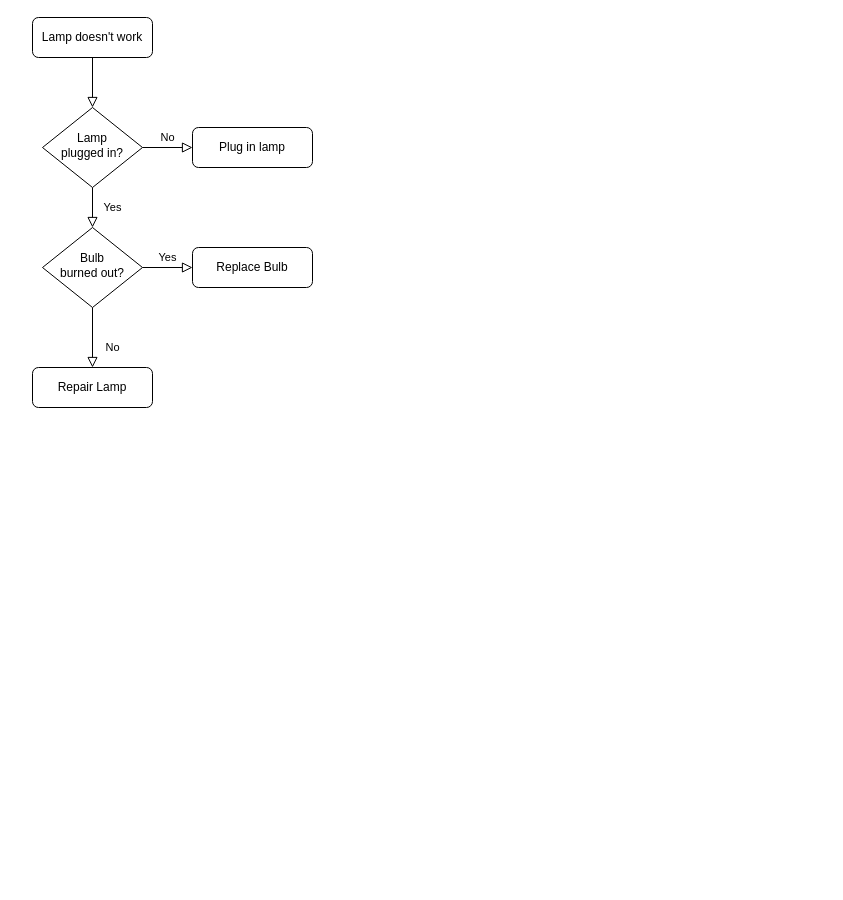
Before: profile/Untitled Diagram.drawio in AAStarCommunity/.github, a draw.io diagram. Source tidied: cells renumbered, new cells numbered last; positions are measured from the earlier drawing's top-left corner, leaving out a move shared by most shapes. Both pictures are drawn from the tidied source at 100%, with x=0, y=0 at pixel (32, 17).
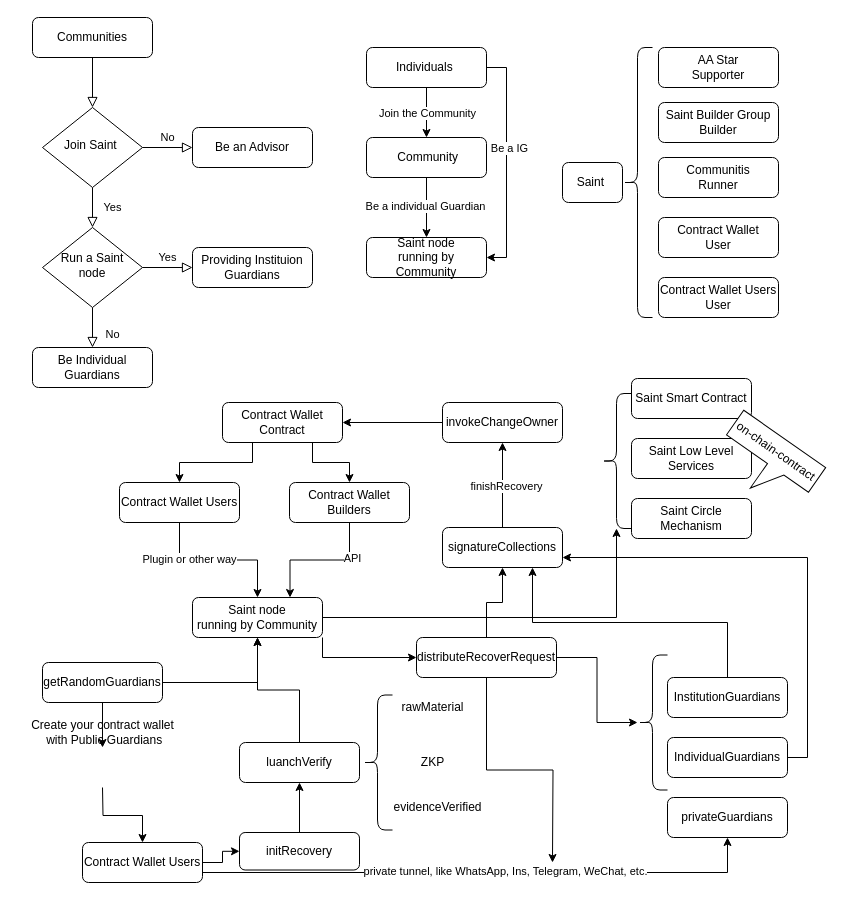
The same diagram, later.

Change to the diagram source:
```diff
@@
-    <mxCell id="3" value="Lamp doesn't work" style="rounded=1;whiteSpace=wrap;html=1;fontSize=12;glass=0;strokeWidth=1;shadow=0;" parent="1" vertex="1">
+    <mxCell id="3" value="Communities" style="rounded=1;whiteSpace=wrap;html=1;fontSize=12;glass=0;strokeWidth=1;shadow=0;" parent="1" vertex="1">
       <mxGeometry width="120" height="40" as="geometry" />
     </mxCell>
@@
-    <mxCell id="6" value="Lamp&lt;br&gt;plugged in?" style="rhombus;whiteSpace=wrap;html=1;shadow=0;fontFamily=Helvetica;fontSize=12;align=center;strokeWidth=1;spacing=6;spacingTop=-4;" parent="1" vertex="1">
+    <mxCell id="6" value="Join Saint&amp;nbsp;" style="rhombus;whiteSpace=wrap;html=1;shadow=0;fontFamily=Helvetica;fontSize=12;align=center;strokeWidth=1;spacing=6;spacingTop=-4;" parent="1" vertex="1">
       <mxGeometry x="10" y="90" width="100" height="80" as="geometry" />
     </mxCell>
-    <mxCell id="7" value="Plug in lamp" style="rounded=1;whiteSpace=wrap;html=1;fontSize=12;glass=0;strokeWidth=1;shadow=0;" parent="1" vertex="1">
+    <mxCell id="7" value="Be an Advisor" style="rounded=1;whiteSpace=wrap;html=1;fontSize=12;glass=0;strokeWidth=1;shadow=0;" parent="1" vertex="1">
       <mxGeometry x="160" y="110" width="120" height="40" as="geometry" />
     </mxCell>
@@
-    <mxCell id="10" value="Bulb&lt;br&gt;burned out?" style="rhombus;whiteSpace=wrap;html=1;shadow=0;fontFamily=Helvetica;fontSize=12;align=center;strokeWidth=1;spacing=6;spacingTop=-4;" parent="1" vertex="1">
+    <mxCell id="10" value="Run a Saint node" style="rhombus;whiteSpace=wrap;html=1;shadow=0;fontFamily=Helvetica;fontSize=12;align=center;strokeWidth=1;spacing=6;spacingTop=-4;" parent="1" vertex="1">
       <mxGeometry x="10" y="210" width="100" height="80" as="geometry" />
     </mxCell>
-    <mxCell id="11" value="Repair Lamp" style="rounded=1;whiteSpace=wrap;html=1;fontSize=12;glass=0;strokeWidth=1;shadow=0;" parent="1" vertex="1">
-      <mxGeometry y="350" width="120" height="40" as="geometry" />
+    <mxCell id="11" value="Be Individual Guardians" style="rounded=1;whiteSpace=wrap;html=1;fontSize=12;glass=0;strokeWidth=1;shadow=0;" parent="1" vertex="1">
+      <mxGeometry y="330" width="120" height="40" as="geometry" />
     </mxCell>
-    <mxCell id="12" value="Replace Bulb" style="rounded=1;whiteSpace=wrap;html=1;fontSize=12;glass=0;strokeWidth=1;shadow=0;" parent="1" vertex="1">
+    <mxCell id="12" value="Providing Instituion Guardians" style="rounded=1;whiteSpace=wrap;html=1;fontSize=12;glass=0;strokeWidth=1;shadow=0;" parent="1" vertex="1">
       <mxGeometry x="160" y="230" width="120" height="40" as="geometry" />
     </mxCell>
+    <mxCell id="13" style="edgeStyle=orthogonalEdgeStyle;rounded=0;jettySize=auto;html=1;exitX=0.5;exitY=1;exitDx=0;exitDy=0;entryX=0.5;entryY=0;entryDx=0;entryDy=0;" parent="1" edge="1" source="17" target="20">
+      <mxGeometry relative="1" as="geometry" />
+    </mxCell>
+    <mxCell id="14" value="Join the Community" style="edgeLabel;html=1;align=center;verticalAlign=middle;" parent="13" vertex="1">
+      <mxGeometry x="-0.01" relative="1" as="geometry" />
+    </mxCell>
+    <mxCell id="15" style="edgeStyle=orthogonalEdgeStyle;rounded=0;jettySize=auto;html=1;exitX=1;exitY=0.5;exitDx=0;exitDy=0;entryX=1;entryY=0.5;entryDx=0;entryDy=0;" parent="1" edge="1" source="17" target="21">
+      <mxGeometry relative="1" as="geometry" />
+    </mxCell>
+    <mxCell id="16" value="Be a IG" style="edgeLabel;html=1;align=center;verticalAlign=middle;" parent="15" vertex="1">
+      <mxGeometry x="-0.13" y="2" relative="1" as="geometry" />
+    </mxCell>
+    <mxCell id="17" value="Individuals&amp;nbsp;" style="rounded=1;whiteSpace=wrap;html=1;fontSize=12;glass=0;strokeWidth=1;shadow=0;" parent="1" vertex="1">
+      <mxGeometry x="334" y="30" width="120" height="40" as="geometry" />
+    </mxCell>
+    <mxCell id="18" style="edgeStyle=orthogonalEdgeStyle;rounded=0;jettySize=auto;html=1;exitX=0.5;exitY=1;exitDx=0;exitDy=0;entryX=0.5;entryY=0;entryDx=0;entryDy=0;" parent="1" edge="1" source="20" target="21">
+      <mxGeometry relative="1" as="geometry" />
+    </mxCell>
+    <mxCell id="19" value="Be a individual Guardian" style="edgeLabel;html=1;align=center;verticalAlign=middle;" parent="18" vertex="1">
+      <mxGeometry x="-0.06" y="-2" relative="1" as="geometry" />
+    </mxCell>
+    <mxCell id="20" value="&amp;nbsp;Community" style="rounded=1;whiteSpace=wrap;html=1;fontSize=12;glass=0;strokeWidth=1;shadow=0;" parent="1" vertex="1">
+      <mxGeometry x="334" y="120" width="120" height="40" as="geometry" />
+    </mxCell>
+    <mxCell id="21" value="Saint node&lt;br&gt;running by Community" style="rounded=1;whiteSpace=wrap;html=1;fontSize=12;glass=0;strokeWidth=1;shadow=0;" parent="1" vertex="1">
+      <mxGeometry x="334" y="220" width="120" height="40" as="geometry" />
+    </mxCell>
+    <mxCell id="22" value="Saint&amp;nbsp;" style="rounded=1;whiteSpace=wrap;html=1;fontSize=12;glass=0;strokeWidth=1;shadow=0;" parent="1" vertex="1">
+      <mxGeometry x="530" y="145" width="60" height="40" as="geometry" />
+    </mxCell>
+    <mxCell id="23" style="shape=curlyBracket;whiteSpace=wrap;html=1;rounded=1;labelPosition=left;verticalLabelPosition=middle;align=right;verticalAlign=middle;" parent="1" vertex="1">
+      <mxGeometry x="590" y="30" width="30" height="270" as="geometry" />
+    </mxCell>
+    <mxCell id="24" value="AA Star&lt;br&gt;Supporter" style="rounded=1;whiteSpace=wrap;html=1;fontSize=12;glass=0;strokeWidth=1;shadow=0;" parent="1" vertex="1">
+      <mxGeometry x="626" y="30" width="120" height="40" as="geometry" />
+    </mxCell>
+    <mxCell id="25" value="Saint Builder Group&lt;br&gt;Builder" style="rounded=1;whiteSpace=wrap;html=1;fontSize=12;glass=0;strokeWidth=1;shadow=0;" parent="1" vertex="1">
+      <mxGeometry x="626" y="85" width="120" height="40" as="geometry" />
+    </mxCell>
+    <mxCell id="26" value="Communitis&lt;br&gt;Runner" style="rounded=1;whiteSpace=wrap;html=1;fontSize=12;glass=0;strokeWidth=1;shadow=0;" parent="1" vertex="1">
+      <mxGeometry x="626" y="140" width="120" height="40" as="geometry" />
+    </mxCell>
+    <mxCell id="27" value="Contract Wallet&lt;br&gt;User" style="rounded=1;whiteSpace=wrap;html=1;fontSize=12;glass=0;strokeWidth=1;shadow=0;" parent="1" vertex="1">
+      <mxGeometry x="626" y="200" width="120" height="40" as="geometry" />
+    </mxCell>
+    <mxCell id="28" value="Contract Wallet Users&lt;br&gt;User" style="rounded=1;whiteSpace=wrap;html=1;fontSize=12;glass=0;strokeWidth=1;shadow=0;" parent="1" vertex="1">
+      <mxGeometry x="626" y="260" width="120" height="40" as="geometry" />
+    </mxCell>
+    <mxCell id="29" style="edgeStyle=orthogonalEdgeStyle;rounded=0;jettySize=auto;html=1;" parent="1" edge="1" source="31" target="40">
+      <mxGeometry relative="1" as="geometry" />
+    </mxCell>
+    <mxCell id="30" style="edgeStyle=orthogonalEdgeStyle;rounded=0;jettySize=auto;html=1;" parent="1" edge="1" source="31">
+      <mxGeometry relative="1" as="geometry">
+        <mxPoint x="70" y="730" as="targetPoint" />
+      </mxGeometry>
+    </mxCell>
+    <mxCell id="31" value="getRandomGuardians" style="rounded=1;whiteSpace=wrap;html=1;fontSize=12;glass=0;strokeWidth=1;shadow=0;" parent="1" vertex="1">
+      <mxGeometry x="10" y="645" width="120" height="40" as="geometry" />
+    </mxCell>
+    <mxCell id="32" style="edgeStyle=orthogonalEdgeStyle;rounded=0;jettySize=auto;html=1;exitX=0.5;exitY=1;exitDx=0;exitDy=0;" parent="1" edge="1" source="34" target="40">
+      <mxGeometry relative="1" as="geometry" />
+    </mxCell>
+    <mxCell id="33" value="Plugin or other way" style="edgeLabel;html=1;align=center;verticalAlign=middle;" parent="32" vertex="1">
+      <mxGeometry x="-0.39" y="1" relative="1" as="geometry" />
+    </mxCell>
+    <mxCell id="34" value="Contract Wallet Users" style="rounded=1;whiteSpace=wrap;html=1;fontSize=12;glass=0;strokeWidth=1;shadow=0;" parent="1" vertex="1">
+      <mxGeometry x="87" y="465" width="120" height="40" as="geometry" />
+    </mxCell>
+    <mxCell id="35" style="edgeStyle=orthogonalEdgeStyle;rounded=0;jettySize=auto;html=1;exitX=0.5;exitY=1;exitDx=0;exitDy=0;entryX=0.75;entryY=0;entryDx=0;entryDy=0;" parent="1" edge="1" source="37" target="40">
+      <mxGeometry relative="1" as="geometry" />
+    </mxCell>
+    <mxCell id="36" value="API" style="edgeLabel;html=1;align=center;verticalAlign=middle;" parent="35" vertex="1">
+      <mxGeometry x="-0.48" y="2" relative="1" as="geometry" />
+    </mxCell>
+    <mxCell id="37" value="Contract Wallet Builders" style="rounded=1;whiteSpace=wrap;html=1;fontSize=12;glass=0;strokeWidth=1;shadow=0;" parent="1" vertex="1">
+      <mxGeometry x="257" y="465" width="120" height="40" as="geometry" />
+    </mxCell>
+    <mxCell id="38" style="edgeStyle=orthogonalEdgeStyle;rounded=0;jettySize=auto;html=1;exitX=1;exitY=0.5;exitDx=0;exitDy=0;" parent="1" edge="1" source="40" target="54">
+      <mxGeometry relative="1" as="geometry" />
+    </mxCell>
+    <mxCell id="39" style="edgeStyle=orthogonalEdgeStyle;rounded=0;jettySize=auto;html=1;exitX=1;exitY=1;exitDx=0;exitDy=0;entryX=0;entryY=0.5;entryDx=0;entryDy=0;" parent="1" edge="1" source="40" target="59">
+      <mxGeometry relative="1" as="geometry" />
+    </mxCell>
+    <mxCell id="40" value="Saint node&lt;br&gt;running by Community" style="rounded=1;whiteSpace=wrap;html=1;fontSize=12;glass=0;strokeWidth=1;shadow=0;" parent="1" vertex="1">
+      <mxGeometry x="160" y="580" width="130" height="40" as="geometry" />
+    </mxCell>
+    <mxCell id="41" style="edgeStyle=orthogonalEdgeStyle;rounded=0;jettySize=auto;html=1;" parent="1" edge="1" source="42" target="44">
+      <mxGeometry relative="1" as="geometry" />
+    </mxCell>
+    <mxCell id="42" value="initRecovery" style="rounded=1;whiteSpace=wrap;html=1;fontSize=12;glass=0;strokeWidth=1;shadow=0;" parent="1" vertex="1">
+      <mxGeometry x="207" y="815" width="120" height="37.5" as="geometry" />
+    </mxCell>
+    <mxCell id="43" style="edgeStyle=orthogonalEdgeStyle;rounded=0;jettySize=auto;html=1;" parent="1" edge="1" source="44" target="40">
+      <mxGeometry relative="1" as="geometry" />
+    </mxCell>
+    <mxCell id="44" value="luanchVerify" style="rounded=1;whiteSpace=wrap;html=1;fontSize=12;glass=0;strokeWidth=1;shadow=0;" parent="1" vertex="1">
+      <mxGeometry x="207" y="725" width="120" height="40" as="geometry" />
+    </mxCell>
+    <mxCell id="45" style="shape=curlyBracket;whiteSpace=wrap;html=1;rounded=1;labelPosition=left;verticalLabelPosition=middle;align=right;verticalAlign=middle;" parent="1" vertex="1">
+      <mxGeometry x="330" y="677.5" width="30" height="135" as="geometry" />
+    </mxCell>
+    <mxCell id="46" value="rawMaterial" style="text;html=1;align=center;verticalAlign=middle;strokeColor=none;fillColor=none;" parent="1" vertex="1">
+      <mxGeometry x="355" y="675" width="90" height="30" as="geometry" />
+    </mxCell>
+    <mxCell id="47" value="ZKP" style="text;html=1;align=center;verticalAlign=middle;strokeColor=none;fillColor=none;" parent="1" vertex="1">
+      <mxGeometry x="375" y="730" width="50" height="30" as="geometry" />
+    </mxCell>
+    <mxCell id="48" value="evidenceVerified" style="text;html=1;align=center;verticalAlign=middle;strokeColor=none;fillColor=none;" parent="1" vertex="1">
+      <mxGeometry x="350" y="775" width="110" height="30" as="geometry" />
+    </mxCell>
+    <mxCell id="49" style="edgeStyle=orthogonalEdgeStyle;rounded=0;jettySize=auto;html=1;" parent="1" edge="1" target="69">
+      <mxGeometry relative="1" as="geometry">
+        <mxPoint x="70" y="770" as="sourcePoint" />
+      </mxGeometry>
+    </mxCell>
+    <mxCell id="50" value="Create your contract wallet&lt;br&gt;&amp;nbsp;with Public Guardians" style="text;html=1;align=center;verticalAlign=middle;strokeColor=none;fillColor=none;" parent="1" vertex="1">
+      <mxGeometry x="-15" y="695" width="170" height="40" as="geometry" />
+    </mxCell>
+    <mxCell id="51" value="Saint Smart Contract" style="rounded=1;whiteSpace=wrap;html=1;fontSize=12;glass=0;strokeWidth=1;shadow=0;" parent="1" vertex="1">
+      <mxGeometry x="599" y="361" width="120" height="40" as="geometry" />
+    </mxCell>
+    <mxCell id="52" value="Saint Low Level&lt;br&gt;Services" style="rounded=1;whiteSpace=wrap;html=1;fontSize=12;glass=0;strokeWidth=1;shadow=0;" parent="1" vertex="1">
+      <mxGeometry x="599" y="421" width="120" height="40" as="geometry" />
+    </mxCell>
+    <mxCell id="53" value="Saint Circle&lt;br&gt;Mechanism" style="rounded=1;whiteSpace=wrap;html=1;fontSize=12;glass=0;strokeWidth=1;shadow=0;" parent="1" vertex="1">
+      <mxGeometry x="599" y="481" width="120" height="40" as="geometry" />
+    </mxCell>
+    <mxCell id="54" style="shape=curlyBracket;whiteSpace=wrap;html=1;rounded=1;labelPosition=left;verticalLabelPosition=middle;align=right;verticalAlign=middle;" parent="1" vertex="1">
+      <mxGeometry x="569" y="376" width="30" height="135" as="geometry" />
+    </mxCell>
+    <mxCell id="55" value="on-chain-contract" style="shape=callout;whiteSpace=wrap;html=1;perimeter=calloutPerimeter;rotation=35;" parent="1" vertex="1">
+      <mxGeometry x="685" y="416" width="100" height="60" as="geometry" />
+    </mxCell>
+    <mxCell id="56" style="edgeStyle=orthogonalEdgeStyle;rounded=0;jettySize=auto;html=1;" parent="1" edge="1" source="59" target="65">
+      <mxGeometry relative="1" as="geometry" />
+    </mxCell>
+    <mxCell id="57" style="edgeStyle=orthogonalEdgeStyle;rounded=0;jettySize=auto;html=1;" parent="1" edge="1" source="59">
+      <mxGeometry relative="1" as="geometry">
+        <mxPoint x="520" y="845" as="targetPoint" />
+      </mxGeometry>
+    </mxCell>
+    <mxCell id="58" style="edgeStyle=orthogonalEdgeStyle;rounded=0;jettySize=auto;html=1;exitX=0.5;exitY=0;exitDx=0;exitDy=0;" parent="1" edge="1" source="59" target="75">
+      <mxGeometry relative="1" as="geometry" />
+    </mxCell>
+    <mxCell id="59" value="distributeRecoverRequest" style="rounded=1;whiteSpace=wrap;html=1;fontSize=12;glass=0;strokeWidth=1;shadow=0;" parent="1" vertex="1">
+      <mxGeometry x="384" y="620" width="140" height="40" as="geometry" />
+    </mxCell>
+    <mxCell id="60" style="edgeStyle=orthogonalEdgeStyle;rounded=0;jettySize=auto;html=1;exitX=0.5;exitY=0;exitDx=0;exitDy=0;entryX=0.75;entryY=1;entryDx=0;entryDy=0;" parent="1" edge="1" source="61" target="75">
+      <mxGeometry relative="1" as="geometry" />
+    </mxCell>
+    <mxCell id="61" value="InstitutionGuardians" style="rounded=1;whiteSpace=wrap;html=1;fontSize=12;glass=0;strokeWidth=1;shadow=0;" parent="1" vertex="1">
+      <mxGeometry x="635" y="660" width="120" height="40" as="geometry" />
+    </mxCell>
+    <mxCell id="62" style="edgeStyle=orthogonalEdgeStyle;rounded=0;jettySize=auto;html=1;exitX=1;exitY=0.5;exitDx=0;exitDy=0;entryX=1;entryY=0.75;entryDx=0;entryDy=0;" parent="1" edge="1" source="63" target="75">
+      <mxGeometry relative="1" as="geometry" />
+    </mxCell>
+    <mxCell id="63" value="IndividualGuardians" style="rounded=1;whiteSpace=wrap;html=1;fontSize=12;glass=0;strokeWidth=1;shadow=0;" parent="1" vertex="1">
+      <mxGeometry x="635" y="720" width="120" height="40" as="geometry" />
+    </mxCell>
+    <mxCell id="64" value="privateGuardians" style="rounded=1;whiteSpace=wrap;html=1;fontSize=12;glass=0;strokeWidth=1;shadow=0;" parent="1" vertex="1">
+      <mxGeometry x="635" y="780" width="120" height="40" as="geometry" />
+    </mxCell>
+    <mxCell id="65" style="shape=curlyBracket;whiteSpace=wrap;html=1;rounded=1;labelPosition=left;verticalLabelPosition=middle;align=right;verticalAlign=middle;" parent="1" vertex="1">
+      <mxGeometry x="605" y="637.5" width="30" height="135" as="geometry" />
+    </mxCell>
+    <mxCell id="66" style="edgeStyle=orthogonalEdgeStyle;rounded=0;jettySize=auto;html=1;" parent="1" edge="1" source="69" target="42">
+      <mxGeometry relative="1" as="geometry" />
+    </mxCell>
+    <mxCell id="67" style="edgeStyle=orthogonalEdgeStyle;rounded=0;jettySize=auto;html=1;exitX=1;exitY=0.75;exitDx=0;exitDy=0;" parent="1" edge="1" source="69" target="64">
+      <mxGeometry relative="1" as="geometry" />
+    </mxCell>
+    <mxCell id="68" value="private tunnel, like WhatsApp, Ins, Telegram, WeChat, etc." style="edgeLabel;html=1;align=center;verticalAlign=middle;" parent="67" vertex="1">
+      <mxGeometry x="0.08" y="2" relative="1" as="geometry" />
+    </mxCell>
+    <mxCell id="69" value="Contract Wallet Users" style="rounded=1;whiteSpace=wrap;html=1;fontSize=12;glass=0;strokeWidth=1;shadow=0;" parent="1" vertex="1">
+      <mxGeometry x="50" y="825" width="120" height="40" as="geometry" />
+    </mxCell>
+    <mxCell id="70" style="edgeStyle=orthogonalEdgeStyle;rounded=0;jettySize=auto;html=1;exitX=0.25;exitY=1;exitDx=0;exitDy=0;entryX=0.5;entryY=0;entryDx=0;entryDy=0;" parent="1" edge="1" source="72" target="34">
+      <mxGeometry relative="1" as="geometry" />
+    </mxCell>
+    <mxCell id="71" style="edgeStyle=orthogonalEdgeStyle;rounded=0;jettySize=auto;html=1;exitX=0.75;exitY=1;exitDx=0;exitDy=0;entryX=0.5;entryY=0;entryDx=0;entryDy=0;" parent="1" edge="1" source="72" target="37">
+      <mxGeometry relative="1" as="geometry" />
+    </mxCell>
+    <mxCell id="72" value="Contract Wallet Contract" style="rounded=1;whiteSpace=wrap;html=1;fontSize=12;glass=0;strokeWidth=1;shadow=0;" parent="1" vertex="1">
+      <mxGeometry x="190" y="385" width="120" height="40" as="geometry" />
+    </mxCell>
+    <mxCell id="73" style="edgeStyle=orthogonalEdgeStyle;rounded=0;jettySize=auto;html=1;exitX=0.5;exitY=0;exitDx=0;exitDy=0;entryX=0.5;entryY=1;entryDx=0;entryDy=0;" parent="1" edge="1" source="75" target="77">
+      <mxGeometry relative="1" as="geometry" />
+    </mxCell>
+    <mxCell id="74" value="finishRecovery" style="edgeLabel;html=1;align=center;verticalAlign=middle;" parent="73" vertex="1">
+      <mxGeometry x="-0.01" y="-3" relative="1" as="geometry" />
+    </mxCell>
+    <mxCell id="75" value="signatureCollections" style="rounded=1;whiteSpace=wrap;html=1;fontSize=12;glass=0;strokeWidth=1;shadow=0;" parent="1" vertex="1">
+      <mxGeometry x="410" y="510" width="120" height="40" as="geometry" />
+    </mxCell>
+    <mxCell id="76" style="edgeStyle=orthogonalEdgeStyle;rounded=0;jettySize=auto;html=1;" parent="1" edge="1" source="77" target="72">
+      <mxGeometry relative="1" as="geometry" />
+    </mxCell>
+    <mxCell id="77" value="invokeChangeOwner" style="rounded=1;whiteSpace=wrap;html=1;fontSize=12;glass=0;strokeWidth=1;shadow=0;" parent="1" vertex="1">
+      <mxGeometry x="410" y="385" width="120" height="40" as="geometry" />
+    </mxCell>
```
